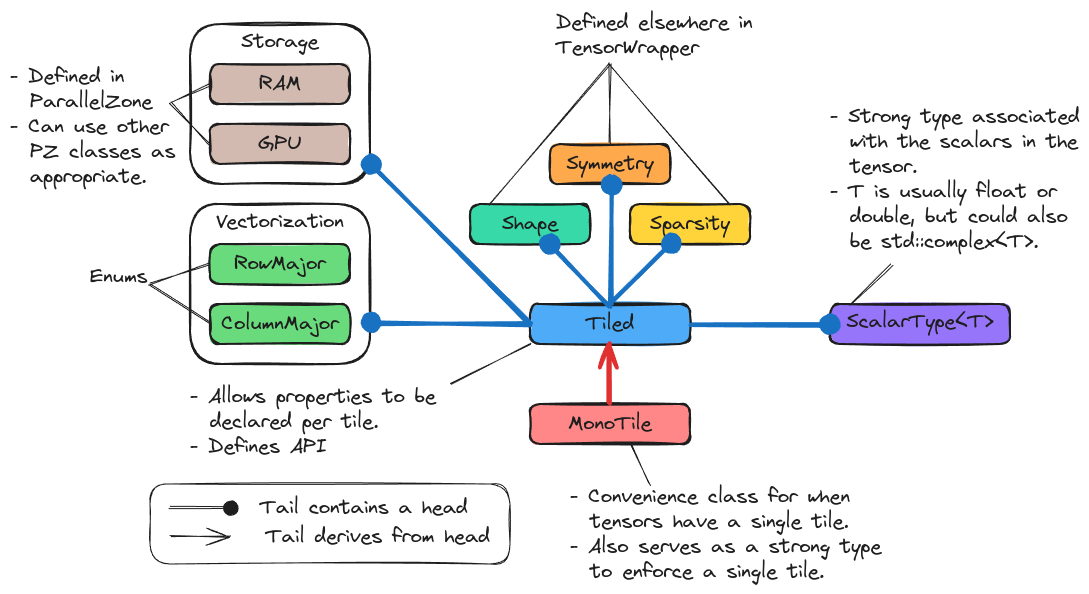
This is docs/source/developer/design/assets/layout.png from NWChemEx/TensorWrapper, a Excalidraw export, as it was before one commit. Source tidied: one line per element, renumbered; positions are measured from the earlier drawing's top-left corner, leaving out a move shared by most shapes.
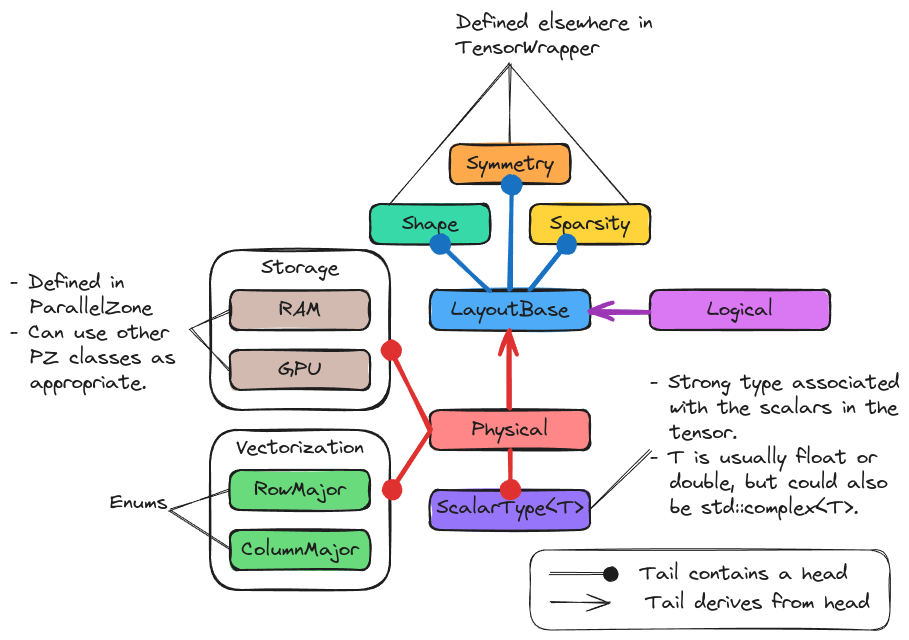
Above is the later version.

Diff of the diagram source:
```diff
@@ -1,52 +1,51 @@
-{"id": 0, "type": "rectangle", "strokeColor": "#1e1e1e", "backgroundColor": "#ff8787", "fillStyle": "solid", "strokeWidth": 2, "roughness": 1, "round": true, "x": 520, "y": 394, "width": 160, "height": 40}
+{"id": 0, "type": "rectangle", "strokeColor": "#1e1e1e", "backgroundColor": "#ff8787", "fillStyle": "solid", "strokeWidth": 2, "roughness": 1, "round": true, "x": 520, "y": 334, "width": 160, "height": 40}
-{"id": 1, "type": "text", "text": "MonoTile", "strokeColor": "#1e1e1e", "strokeWidth": 1, "roughness": 1, "fontSize": 20, "fontFamily": 1, "textAlign": "center", "verticalAlign": "middle", "inside": 0, "x": 558, "y": 402, "width": 83, "height": 25}
+{"id": 1, "type": "text", "text": "Physical", "strokeColor": "#1e1e1e", "strokeWidth": 1, "roughness": 1, "fontSize": 20, "fontFamily": 1, "textAlign": "center", "verticalAlign": "middle", "inside": 0, "x": 562, "y": 342, "width": 76, "height": 25}
-{"id": 2, "type": "rectangle", "strokeColor": "#1e1e1e", "backgroundColor": "#38d9a9", "fillStyle": "solid", "strokeWidth": 2, "roughness": 1, "round": true, "x": 460, "y": 194, "width": 120, "height": 40}
+{"id": 2, "type": "rectangle", "strokeColor": "#1e1e1e", "backgroundColor": "#38d9a9", "fillStyle": "solid", "strokeWidth": 2, "roughness": 1, "round": true, "x": 460, "y": 128, "width": 120, "height": 40}
-{"id": 3, "type": "text", "text": "Shape", "strokeColor": "#1e1e1e", "strokeWidth": 1, "roughness": 1, "fontSize": 20, "fontFamily": 1, "textAlign": "center", "verticalAlign": "middle", "inside": 2, "x": 492, "y": 202, "width": 56, "height": 25}
+{"id": 3, "type": "text", "text": "Shape", "strokeColor": "#1e1e1e", "strokeWidth": 1, "roughness": 1, "fontSize": 20, "fontFamily": 1, "textAlign": "center", "verticalAlign": "middle", "inside": 2, "x": 492, "y": 136, "width": 56, "height": 25}
-{"id": 4, "type": "rectangle", "strokeColor": "#1e1e1e", "backgroundColor": "#ffa94d", "fillStyle": "solid", "strokeWidth": 2, "roughness": 1, "round": true, "x": 540, "y": 134, "width": 120, "height": 40}
+{"id": 4, "type": "rectangle", "strokeColor": "#1e1e1e", "backgroundColor": "#ffa94d", "fillStyle": "solid", "strokeWidth": 2, "roughness": 1, "round": true, "x": 540, "y": 68, "width": 120, "height": 40}
-{"id": 5, "type": "text", "text": "Symmetry", "strokeColor": "#1e1e1e", "strokeWidth": 1, "roughness": 1, "fontSize": 20, "fontFamily": 1, "textAlign": "center", "verticalAlign": "middle", "inside": 4, "x": 556, "y": 142, "width": 87, "height": 25}
+{"id": 5, "type": "text", "text": "Symmetry", "strokeColor": "#1e1e1e", "strokeWidth": 1, "roughness": 1, "fontSize": 20, "fontFamily": 1, "textAlign": "center", "verticalAlign": "middle", "inside": 4, "x": 556, "y": 76, "width": 87, "height": 25}
-{"id": 6, "type": "rectangle", "strokeColor": "#1e1e1e", "backgroundColor": "#ffd43b", "fillStyle": "solid", "strokeWidth": 2, "roughness": 1, "round": true, "x": 620, "y": 194, "width": 120, "height": 40}
+{"id": 6, "type": "rectangle", "strokeColor": "#1e1e1e", "backgroundColor": "#ffd43b", "fillStyle": "solid", "strokeWidth": 2, "roughness": 1, "round": true, "x": 620, "y": 128, "width": 120, "height": 40}
-{"id": 7, "type": "text", "text": "Sparsity", "strokeColor": "#1e1e1e", "strokeWidth": 1, "roughness": 1, "fontSize": 20, "fontFamily": 1, "textAlign": "center", "verticalAlign": "middle", "inside": 6, "x": 640, "y": 202, "width": 80, "height": 25}
+{"id": 7, "type": "text", "text": "Sparsity", "strokeColor": "#1e1e1e", "strokeWidth": 1, "roughness": 1, "fontSize": 20, "fontFamily": 1, "textAlign": "center", "verticalAlign": "middle", "inside": 6, "x": 640, "y": 136, "width": 80, "height": 25}
-{"id": 8, "type": "rectangle", "strokeColor": "#1e1e1e", "strokeWidth": 2, "roughness": 1, "round": true, "x": 180, "y": 194, "width": 180, "height": 160}
+{"id": 8, "type": "rectangle", "strokeColor": "#1e1e1e", "strokeWidth": 2, "roughness": 1, "round": true, "x": 300, "y": 354, "width": 180, "height": 160}
-{"id": 9, "type": "text", "text": "Vectorization", "strokeColor": "#1e1e1e", "strokeWidth": 1, "roughness": 1, "fontSize": 20, "fontFamily": 1, "textAlign": "center", "inside": 8, "x": 206, "y": 199, "width": 128, "height": 25}
+{"id": 9, "type": "text", "text": "Vectorization", "strokeColor": "#1e1e1e", "strokeWidth": 1, "roughness": 1, "fontSize": 20, "fontFamily": 1, "textAlign": "center", "inside": 8, "x": 326, "y": 359, "width": 128, "height": 25}
-{"id": 10, "type": "rectangle", "strokeColor": "#1e1e1e", "backgroundColor": "#4dabf7", "fillStyle": "solid", "strokeWidth": 2, "roughness": 1, "round": true, "x": 520, "y": 294, "width": 160, "height": 40}
+{"id": 10, "type": "rectangle", "strokeColor": "#1e1e1e", "backgroundColor": "#4dabf7", "fillStyle": "solid", "strokeWidth": 2, "roughness": 1, "round": true, "x": 520, "y": 214, "width": 160, "height": 40}
-{"id": 11, "type": "text", "text": "Tiled", "strokeColor": "#1e1e1e", "strokeWidth": 1, "roughness": 1, "fontSize": 20, "fontFamily": 1, "textAlign": "center", "verticalAlign": "middle", "inside": 10, "x": 576, "y": 302, "width": 48, "height": 25}
+{"id": 11, "type": "text", "text": "LayoutBase", "strokeColor": "#1e1e1e", "strokeWidth": 1, "roughness": 1, "fontSize": 20, "fontFamily": 1, "textAlign": "center", "verticalAlign": "middle", "inside": 10, "x": 541, "y": 222, "width": 118, "height": 25}
-{"id": 12, "type": "text", "text": "- Allows properties to be\n  declared per tile.\n- Defines API", "strokeColor": "#1e1e1e", "strokeWidth": 1, "roughness": 1, "fontSize": 20, "fontFamily": 1, "x": 180, "y": 374, "width": 246, "height": 75}
-{"id": 13, "type": "text", "text": "- Convenience class for when \n  tensors have a single tile.\n- Also serves as a strong type\n  to enforce a single tile.", "strokeColor": "#1e1e1e", "strokeWidth": 1, "roughness": 1, "fontSize": 20, "fontFamily": 1, "x": 560, "y": 474, "width": 311, "height": 100}
-{"id": 14, "type": "rectangle", "strokeColor": "#1e1e1e", "backgroundColor": "#69db7c", "fillStyle": "solid", "strokeWidth": 2, "roughness": 1, "round": true, "x": 200, "y": 234, "width": 140, "height": 40}
+{"id": 14, "type": "rectangle", "strokeColor": "#1e1e1e", "backgroundColor": "#69db7c", "fillStyle": "solid", "strokeWidth": 2, "roughness": 1, "round": true, "x": 320, "y": 394, "width": 140, "height": 40}
-{"id": 15, "type": "text", "text": "RowMajor", "strokeColor": "#1e1e1e", "strokeWidth": 1, "roughness": 1, "fontSize": 20, "fontFamily": 1, "textAlign": "center", "verticalAlign": "middle", "inside": 14, "x": 224, "y": 242, "width": 92, "height": 25}
+{"id": 15, "type": "text", "text": "RowMajor", "strokeColor": "#1e1e1e", "strokeWidth": 1, "roughness": 1, "fontSize": 20, "fontFamily": 1, "textAlign": "center", "verticalAlign": "middle", "inside": 14, "x": 344, "y": 402, "width": 92, "height": 25}
-{"id": 16, "type": "rectangle", "strokeColor": "#1e1e1e", "backgroundColor": "#69db7c", "fillStyle": "solid", "strokeWidth": 2, "roughness": 1, "round": true, "x": 200, "y": 294, "width": 140, "height": 40}
+{"id": 16, "type": "rectangle", "strokeColor": "#1e1e1e", "backgroundColor": "#69db7c", "fillStyle": "solid", "strokeWidth": 2, "roughness": 1, "round": true, "x": 320, "y": 454, "width": 140, "height": 40}
-{"id": 17, "type": "text", "text": "ColumnMajor", "strokeColor": "#1e1e1e", "strokeWidth": 1, "roughness": 1, "fontSize": 20, "fontFamily": 1, "textAlign": "center", "verticalAlign": "middle", "inside": 16, "x": 211, "y": 302, "width": 117, "height": 25}
+{"id": 17, "type": "text", "text": "ColumnMajor", "strokeColor": "#1e1e1e", "strokeWidth": 1, "roughness": 1, "fontSize": 20, "fontFamily": 1, "textAlign": "center", "verticalAlign": "middle", "inside": 16, "x": 331, "y": 462, "width": 117, "height": 25}
-{"id": 18, "type": "text", "text": "Enums", "strokeColor": "#1e1e1e", "strokeWidth": 1, "roughness": 1, "fontSize": 20, "fontFamily": 1, "x": 80, "y": 254, "width": 58, "height": 25}
+{"id": 18, "type": "text", "text": "Enums", "strokeColor": "#1e1e1e", "strokeWidth": 1, "roughness": 1, "fontSize": 20, "fontFamily": 1, "x": 200, "y": 414, "width": 58, "height": 25}
-{"id": 19, "type": "rectangle", "strokeColor": "#1e1e1e", "backgroundColor": "#9775fa", "fillStyle": "solid", "strokeWidth": 2, "roughness": 1, "round": true, "x": 820, "y": 294, "width": 180, "height": 40}
+{"id": 19, "type": "rectangle", "strokeColor": "#1e1e1e", "backgroundColor": "#9775fa", "fillStyle": "solid", "strokeWidth": 2, "roughness": 1, "round": true, "x": 520, "y": 414, "width": 160, "height": 40}
-{"id": 20, "type": "text", "text": "ScalarType<T>", "strokeColor": "#1e1e1e", "strokeWidth": 1, "roughness": 1, "fontSize": 20, "fontFamily": 1, "textAlign": "center", "inside": 19, "x": 837, "y": 299, "width": 147, "height": 25}
+{"id": 20, "type": "text", "text": "ScalarType<T>", "strokeColor": "#1e1e1e", "strokeWidth": 1, "roughness": 1, "fontSize": 20, "fontFamily": 1, "textAlign": "center", "inside": 19, "x": 527, "y": 419, "width": 147, "height": 25}
-{"id": 21, "type": "text", "text": "- Strong type associated\n  with the scalars in the\n  tensor.\n- T is usually float or\n  double, but could also\n  be std::complex<T>.", "strokeColor": "#1e1e1e", "strokeWidth": 1, "roughness": 1, "fontSize": 20, "fontFamily": 1, "x": 820, "y": 94, "width": 250, "height": 150}
+{"id": 21, "type": "text", "text": "- Strong type associated\n  with the scalars in the\n  tensor.\n- T is usually float or\n  double, but could also\n  be std::complex<T>.", "strokeColor": "#1e1e1e", "strokeWidth": 1, "roughness": 1, "fontSize": 20, "fontFamily": 1, "x": 740, "y": 294, "width": 250, "height": 150}
-{"id": 22, "type": "line", "strokeColor": "#1e1e1e", "strokeWidth": 1, "roughness": 1, "round": true, "x": 140, "y": 274, "width": 60, "height": 20, "points": [[0, 0], [60, -20]]}
+{"id": 22, "type": "line", "strokeColor": "#1e1e1e", "strokeWidth": 1, "roughness": 1, "round": true, "x": 260, "y": 434, "width": 60, "height": 20, "points": [[0, 0], [60, -20]]}
-{"id": 23, "type": "line", "strokeColor": "#1e1e1e", "strokeWidth": 1, "roughness": 1, "round": true, "x": 140, "y": 274, "width": 60, "height": 40, "points": [[0, 0], [60, 40]]}
+{"id": 23, "type": "line", "strokeColor": "#1e1e1e", "strokeWidth": 1, "roughness": 1, "round": true, "x": 260, "y": 434, "width": 60, "height": 40, "points": [[0, 0], [60, 40]]}
-{"id": 24, "type": "line", "strokeColor": "#1e1e1e", "strokeWidth": 1, "roughness": 1, "round": true, "x": 841, "y": 294, "width": 40, "height": 40, "points": [[0, 0], [40, -40]]}
+{"id": 24, "type": "line", "strokeColor": "#1e1e1e", "strokeWidth": 1, "roughness": 1, "round": true, "x": 680, "y": 434, "width": 60, "height": 60, "points": [[0, 0], [60, -60]]}
-{"id": 25, "type": "arrow", "strokeColor": "#1971c2", "strokeWidth": 4, "roughness": 1, "endArrowhead": "dot", "round": true, "to": 4, "x": 601, "y": 295, "width": 0, "height": 120, "points": [[0, 0], [0, -120]]}
+{"id": 25, "type": "arrow", "strokeColor": "#1971c2", "strokeWidth": 4, "roughness": 1, "endArrowhead": "dot", "round": true, "from": 10, "to": 4, "x": 600, "y": 214, "width": 1, "height": 105, "points": [[0, 0], [1, -105]]}
-{"id": 26, "type": "arrow", "strokeColor": "#1971c2", "strokeWidth": 4, "roughness": 1, "endArrowhead": "dot", "round": true, "to": 2, "x": 600, "y": 296, "width": 60, "height": 60, "points": [[0, 0], [-60, -60]]}
+{"id": 26, "type": "arrow", "strokeColor": "#1971c2", "strokeWidth": 4, "roughness": 1, "endArrowhead": "dot", "round": true, "from": 10, "to": 2, "x": 580, "y": 214, "width": 49, "height": 44, "points": [[0, 0], [-49, -44]]}
-{"id": 27, "type": "arrow", "strokeColor": "#1971c2", "strokeWidth": 4, "roughness": 1, "endArrowhead": "dot", "round": true, "from": 10, "to": 6, "x": 600, "y": 294, "width": 60, "height": 60, "points": [[0, 0], [60, -60]]}
+{"id": 27, "type": "arrow", "strokeColor": "#1971c2", "strokeWidth": 4, "roughness": 1, "endArrowhead": "dot", "round": true, "from": 10, "to": 6, "x": 620, "y": 214, "width": 35, "height": 45, "points": [[0, 0], [35, -45]]}
-{"id": 28, "type": "arrow", "strokeColor": "#1971c2", "strokeWidth": 4, "roughness": 1, "endArrowhead": "dot", "round": true, "from": 10, "to": 19, "x": 681, "y": 314, "width": 138, "height": 1, "points": [[0, 0], [138, 1]]}
+{"id": 28, "type": "arrow", "strokeColor": "#e03131", "strokeWidth": 4, "roughness": 1, "endArrowhead": "dot", "round": true, "from": 0, "x": 600, "y": 374, "width": 0, "height": 40, "points": [[0, 0], [0, 40]]}
-{"id": 29, "type": "arrow", "strokeColor": "#1971c2", "strokeWidth": 4, "roughness": 1, "endArrowhead": "dot", "round": true, "from": 10, "to": 8, "x": 520, "y": 314, "width": 160, "height": 0, "points": [[0, 0], [-160, 0]]}
+{"id": 29, "type": "arrow", "strokeColor": "#e03131", "strokeWidth": 4, "roughness": 1, "endArrowhead": "dot", "round": true, "from": 0, "to": 8, "x": 520, "y": 354, "width": 39, "height": 61, "points": [[0, 0], [-39, 61]]}
-{"id": 30, "type": "arrow", "strokeColor": "#e03131", "strokeWidth": 4, "roughness": 1, "endArrowhead": "arrow", "round": true, "from": 0, "to": 10, "x": 600, "y": 394, "width": 0, "height": 60, "points": [[0, 0], [0, -60]]}
+{"id": 30, "type": "arrow", "strokeColor": "#e03131", "strokeWidth": 4, "roughness": 1, "endArrowhead": "arrow", "round": true, "from": 0, "to": 10, "x": 600, "y": 333, "width": 0, "height": 78, "points": [[0, 0], [0, -78]]}
-{"id": 31, "type": "arrow", "strokeColor": "#1e1e1e", "strokeWidth": 1, "roughness": 1, "endArrowhead": "dot", "round": true, "x": 160, "y": 497, "width": 60, "height": 0, "points": [[0, 0], [60, 0]]}
+{"id": 31, "type": "arrow", "strokeColor": "#1e1e1e", "strokeWidth": 1, "roughness": 1, "endArrowhead": "dot", "round": true, "x": 640, "y": 497, "width": 60, "height": 0, "points": [[0, 0], [60, 0]]}
-{"id": 32, "type": "text", "text": "Tail contains a head", "strokeColor": "#1e1e1e", "strokeWidth": 1, "roughness": 1, "fontSize": 20, "fontFamily": 1, "x": 250, "y": 485, "width": 208, "height": 25}
+{"id": 32, "type": "text", "text": "Tail contains a head", "strokeColor": "#1e1e1e", "strokeWidth": 1, "roughness": 1, "fontSize": 20, "fontFamily": 1, "x": 730, "y": 485, "width": 208, "height": 25}
-{"id": 33, "type": "arrow", "strokeColor": "#1e1e1e", "strokeWidth": 1, "roughness": 1, "endArrowhead": "arrow", "round": true, "x": 161, "y": 526, "width": 60, "height": 0, "points": [[0, 0], [60, 0]]}
+{"id": 33, "type": "arrow", "strokeColor": "#1e1e1e", "strokeWidth": 1, "roughness": 1, "endArrowhead": "arrow", "round": true, "x": 641, "y": 526, "width": 60, "height": 0, "points": [[0, 0], [60, 0]]}
-{"id": 34, "type": "text", "text": "Tail derives from head", "strokeColor": "#1e1e1e", "strokeWidth": 1, "roughness": 1, "fontSize": 20, "fontFamily": 1, "x": 256, "y": 514, "width": 224, "height": 25}
+{"id": 34, "type": "text", "text": "Tail derives from head", "strokeColor": "#1e1e1e", "strokeWidth": 1, "roughness": 1, "fontSize": 20, "fontFamily": 1, "x": 736, "y": 514, "width": 224, "height": 25}
-{"id": 35, "type": "rectangle", "strokeColor": "#1e1e1e", "strokeWidth": 1, "roughness": 1, "round": true, "x": 140, "y": 474, "width": 360, "height": 80}
+{"id": 35, "type": "rectangle", "strokeColor": "#1e1e1e", "strokeWidth": 1, "roughness": 1, "round": true, "x": 620, "y": 474, "width": 360, "height": 80}
-{"id": 36, "type": "line", "strokeColor": "#1e1e1e", "strokeWidth": 1, "roughness": 1, "round": true, "x": 440, "y": 374, "width": 80, "height": 40, "points": [[0, 0], [80, -40]]}
-{"id": 37, "type": "line", "strokeColor": "#1e1e1e", "strokeWidth": 1, "roughness": 1, "round": true, "x": 640, "y": 474, "width": 20, "height": 40, "points": [[0, 0], [-20, -40]]}
-{"id": 38, "type": "line", "strokeColor": "#1e1e1e", "backgroundColor": "#ff8787", "fillStyle": "solid", "strokeWidth": 1, "roughness": 1, "round": true, "x": 480, "y": 194, "width": 120, "height": 140, "points": [[0, 0], [120, -140]]}
+{"id": 38, "type": "line", "strokeColor": "#1e1e1e", "backgroundColor": "#ff8787", "fillStyle": "solid", "strokeWidth": 1, "roughness": 1, "round": true, "x": 480, "y": 128, "width": 120, "height": 140, "points": [[0, 0], [120, -140]]}
-{"id": 39, "type": "line", "strokeColor": "#1e1e1e", "backgroundColor": "#ff8787", "fillStyle": "solid", "strokeWidth": 1, "roughness": 1, "round": true, "x": 600, "y": 134, "width": 0, "height": 80, "points": [[0, 0], [0, -80]]}
+{"id": 39, "type": "line", "strokeColor": "#1e1e1e", "backgroundColor": "#ff8787", "fillStyle": "solid", "strokeWidth": 1, "roughness": 1, "round": true, "x": 600, "y": 68, "width": 0, "height": 80, "points": [[0, 0], [0, -80]]}
-{"id": 40, "type": "line", "strokeColor": "#1e1e1e", "backgroundColor": "#ff8787", "fillStyle": "solid", "strokeWidth": 1, "roughness": 1, "round": true, "x": 720, "y": 194, "width": 120, "height": 140, "points": [[0, 0], [-120, -140]]}
+{"id": 40, "type": "line", "strokeColor": "#1e1e1e", "backgroundColor": "#ff8787", "fillStyle": "solid", "strokeWidth": 1, "roughness": 1, "round": true, "x": 720, "y": 128, "width": 120, "height": 140, "points": [[0, 0], [-120, -140]]}
-{"id": 41, "type": "text", "text": "Defined elsewhere in\nTensorWrapper", "strokeColor": "#1e1e1e", "backgroundColor": "#ff8787", "fillStyle": "solid", "strokeWidth": 2, "roughness": 1, "fontSize": 20, "fontFamily": 1, "x": 546, "y": 0, "width": 197, "height": 50}
+{"id": 41, "type": "text", "text": "Defined elsewhere in\nTensorWrapper", "strokeColor": "#1e1e1e", "backgroundColor": "#ff8787", "fillStyle": "solid", "strokeWidth": 2, "roughness": 1, "fontSize": 20, "fontFamily": 1, "x": 546, "y": -66, "width": 197, "height": 50}
-{"id": 42, "type": "rectangle", "strokeColor": "#1e1e1e", "strokeWidth": 2, "roughness": 1, "round": true, "x": 180, "y": 14, "width": 180, "height": 160}
+{"id": 42, "type": "rectangle", "strokeColor": "#1e1e1e", "strokeWidth": 2, "roughness": 1, "round": true, "x": 300, "y": 174, "width": 180, "height": 160}
-{"id": 43, "type": "text", "text": "Storage", "strokeColor": "#1e1e1e", "backgroundColor": "#9775fa", "fillStyle": "solid", "strokeWidth": 2, "roughness": 1, "fontSize": 20, "fontFamily": 1, "textAlign": "center", "inside": 42, "x": 231, "y": 19, "width": 77, "height": 25}
+{"id": 43, "type": "text", "text": "Storage", "strokeColor": "#1e1e1e", "backgroundColor": "#9775fa", "fillStyle": "solid", "strokeWidth": 2, "roughness": 1, "fontSize": 20, "fontFamily": 1, "textAlign": "center", "inside": 42, "x": 351, "y": 179, "width": 77, "height": 25}
-{"id": 44, "type": "rectangle", "strokeColor": "#1e1e1e", "backgroundColor": "#d2bab0", "fillStyle": "solid", "strokeWidth": 2, "roughness": 1, "round": true, "x": 200, "y": 54, "width": 140, "height": 40}
+{"id": 44, "type": "rectangle", "strokeColor": "#1e1e1e", "backgroundColor": "#d2bab0", "fillStyle": "solid", "strokeWidth": 2, "roughness": 1, "round": true, "x": 320, "y": 214, "width": 140, "height": 40}
-{"id": 45, "type": "text", "text": "RAM", "strokeColor": "#1e1e1e", "strokeWidth": 2, "roughness": 1, "fontSize": 20, "fontFamily": 1, "textAlign": "center", "verticalAlign": "middle", "inside": 44, "x": 249, "y": 62, "width": 42, "height": 25}
+{"id": 45, "type": "text", "text": "RAM", "strokeColor": "#1e1e1e", "strokeWidth": 2, "roughness": 1, "fontSize": 20, "fontFamily": 1, "textAlign": "center", "verticalAlign": "middle", "inside": 44, "x": 369, "y": 222, "width": 42, "height": 25}
-{"id": 46, "type": "rectangle", "strokeColor": "#1e1e1e", "backgroundColor": "#d2bab0", "fillStyle": "solid", "strokeWidth": 2, "roughness": 1, "round": true, "x": 200, "y": 114, "width": 140, "height": 40}
+{"id": 46, "type": "rectangle", "strokeColor": "#1e1e1e", "backgroundColor": "#d2bab0", "fillStyle": "solid", "strokeWidth": 2, "roughness": 1, "round": true, "x": 320, "y": 274, "width": 140, "height": 40}
-{"id": 47, "type": "text", "text": "GPU", "strokeColor": "#1e1e1e", "strokeWidth": 2, "roughness": 1, "fontSize": 20, "fontFamily": 1, "textAlign": "center", "verticalAlign": "middle", "inside": 46, "x": 248, "y": 122, "width": 43, "height": 25}
+{"id": 47, "type": "text", "text": "GPU", "strokeColor": "#1e1e1e", "strokeWidth": 2, "roughness": 1, "fontSize": 20, "fontFamily": 1, "textAlign": "center", "verticalAlign": "middle", "inside": 46, "x": 368, "y": 282, "width": 43, "height": 25}
-{"id": 48, "type": "text", "text": "- Defined in\n  ParallelZone\n- Can use other\n  PZ classes as\n  appropriate.", "strokeColor": "#1e1e1e", "strokeWidth": 2, "roughness": 1, "fontSize": 20, "fontFamily": 1, "x": 0, "y": 54, "width": 166, "height": 125}
+{"id": 48, "type": "text", "text": "- Defined in\n  ParallelZone\n- Can use other\n  PZ classes as\n  appropriate.", "strokeColor": "#1e1e1e", "strokeWidth": 2, "roughness": 1, "fontSize": 20, "fontFamily": 1, "x": 100, "y": 194, "width": 166, "height": 125}
-{"id": 49, "type": "line", "strokeColor": "#1e1e1e", "strokeWidth": 1, "roughness": 1, "round": true, "x": 160, "y": 94, "width": 40, "height": 20, "points": [[0, 0], [40, -20]]}
+{"id": 49, "type": "line", "strokeColor": "#1e1e1e", "strokeWidth": 1, "roughness": 1, "round": true, "x": 280, "y": 254, "width": 40, "height": 20, "points": [[0, 0], [40, -20]]}
-{"id": 50, "type": "line", "strokeColor": "#1e1e1e", "strokeWidth": 1, "roughness": 1, "round": true, "x": 160, "y": 94, "width": 40, "height": 40, "points": [[0, 0], [40, 40]]}
+{"id": 50, "type": "line", "strokeColor": "#1e1e1e", "strokeWidth": 1, "roughness": 1, "round": true, "x": 280, "y": 254, "width": 40, "height": 40, "points": [[0, 0], [40, 40]]}
-{"id": 51, "type": "arrow", "strokeColor": "#1971c2", "backgroundColor": "#d2bab0", "fillStyle": "solid", "strokeWidth": 4, "roughness": 1, "endArrowhead": "dot", "round": true, "from": 10, "x": 520, "y": 314, "width": 160, "height": 160, "points": [[0, 0], [-160, -160]]}
+{"id": 51, "type": "arrow", "strokeColor": "#e03131", "backgroundColor": "#d2bab0", "fillStyle": "solid", "strokeWidth": 4, "roughness": 1, "endArrowhead": "dot", "round": true, "from": 0, "to": 42, "x": 520, "y": 354, "width": 40, "height": 80, "points": [[0, 0], [-40, -80]]}
+{"id": 52, "type": "rectangle", "strokeColor": "#1e1e1e", "backgroundColor": "#da77f2", "fillStyle": "solid", "strokeWidth": 2, "roughness": 1, "round": true, "x": 740, "y": 214, "width": 180, "height": 40}
+{"id": 53, "type": "text", "text": "Logical", "strokeColor": "#1e1e1e", "backgroundColor": "#9775fa", "fillStyle": "solid", "strokeWidth": 2, "roughness": 0, "fontSize": 20, "fontFamily": 1, "textAlign": "center", "verticalAlign": "middle", "inside": 52, "x": 797, "y": 222, "width": 66, "height": 25}
+{"id": 54, "type": "arrow", "strokeColor": "#9c36b5", "backgroundColor": "#9775fa", "fillStyle": "solid", "strokeWidth": 4, "roughness": 1, "endArrowhead": "arrow", "round": true, "from": 52, "to": 10, "x": 739, "y": 236, "width": 58, "height": 0, "points": [[0, 0], [-58, 0]]}
```
